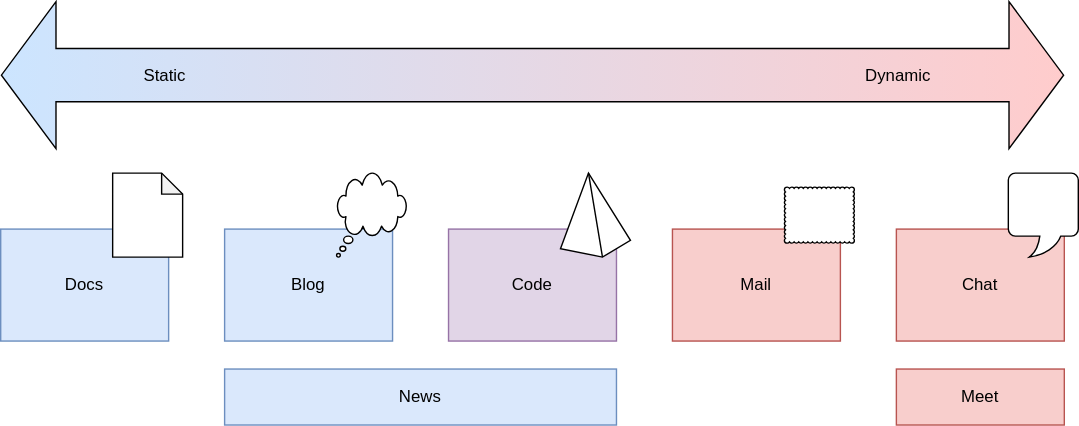
Above: docs/assets/communication.drawio.svg in whiletruedoio/.github (draw.io), before the change. Source tidied: cells renumbered, new cells last; positions are measured from the earlier drawing's top-left corner, leaving out a move shared by most shapes.
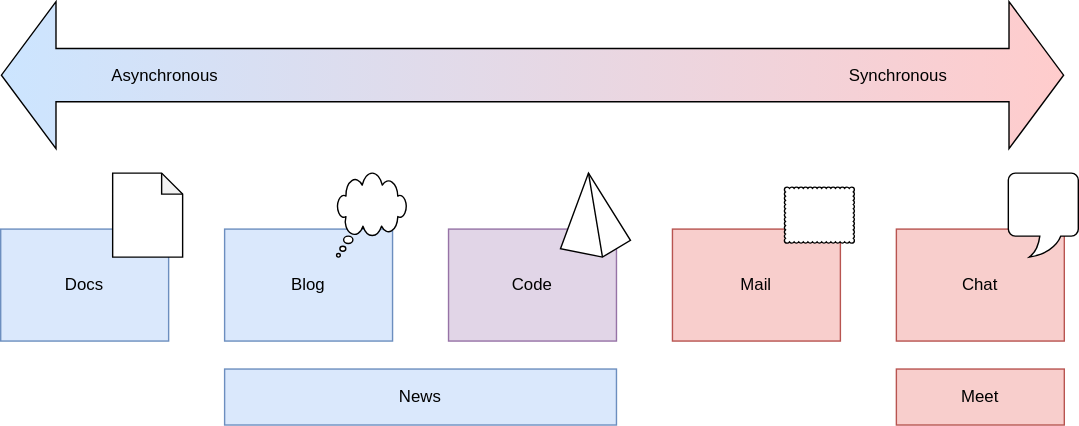
Later version of the same file.

What changed in the source:
```diff
@@ -29,10 +29,10 @@
         <mxPoint x="760" as="targetPoint" />
       </mxGeometry>
     </mxCell>
-    <mxCell id="10" value="Static" style="edgeLabel;html=1;align=center;verticalAlign=middle;fontSize=12;labelBackgroundColor=none;" parent="9" vertex="1">
+    <mxCell id="10" value="Asynchronous" style="edgeLabel;html=1;align=center;verticalAlign=middle;fontSize=12;labelBackgroundColor=none;" parent="9" vertex="1">
       <mxGeometry x="-0.69" relative="1" as="geometry" />
     </mxCell>
-    <mxCell id="11" value="Dynamic" style="edgeLabel;html=1;align=center;verticalAlign=middle;fontSize=12;labelBackgroundColor=none;" parent="9" vertex="1">
+    <mxCell id="11" value="Synchronous" style="edgeLabel;html=1;align=center;verticalAlign=middle;fontSize=12;labelBackgroundColor=none;" parent="9" vertex="1">
       <mxGeometry x="0.69" relative="1" as="geometry">
         <mxPoint x="-3" as="offset" />
       </mxGeometry>
```
